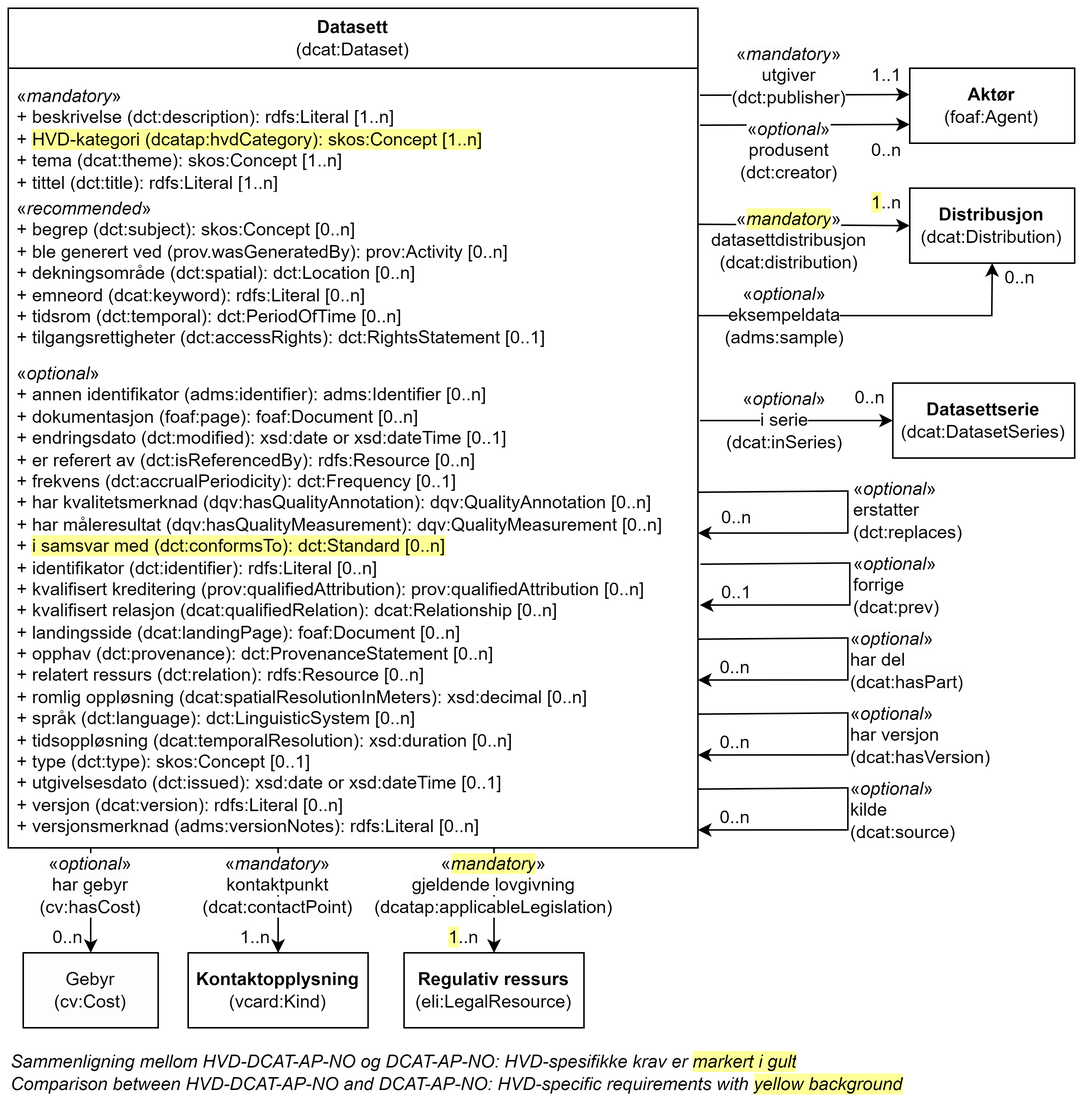
The draw.io diagram docs/images/Klassen-Datasett.png in Informasjonsforvaltning/hvd-dcat-ap-no, before a commit. Source tidied: cells renumbered, new cells last; positions are measured from the earlier drawing's top-left corner, leaving out a move shared by most shapes.
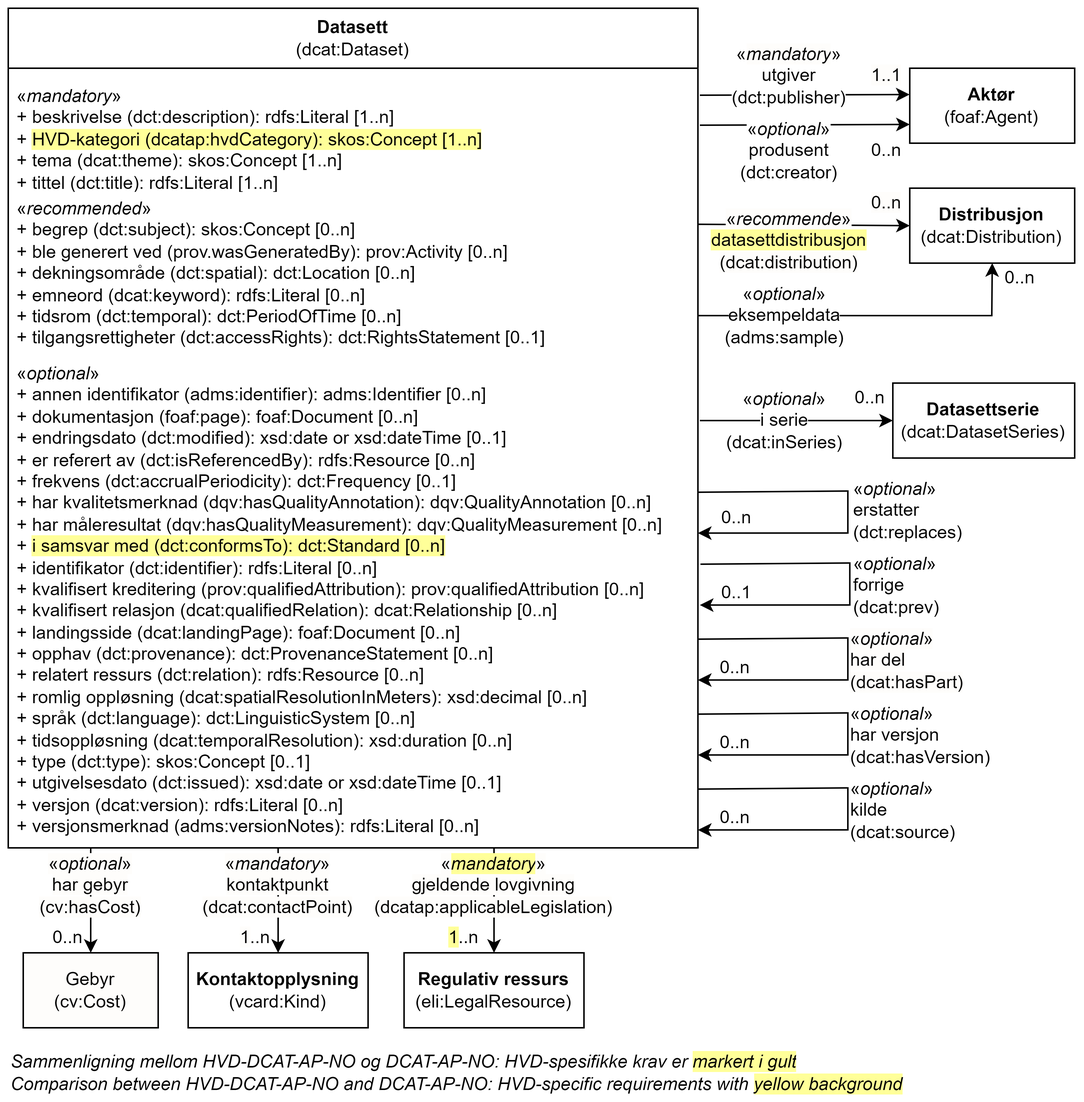
Later version of the same file.

The edit, as a diff of the source:
```diff
@@ -65,10 +65,10 @@
         <mxPoint x="460" y="144.1" as="sourcePoint" />
       </mxGeometry>
     </mxCell>
-    <mxCell id="21" value="&lt;span style=&quot;background-color: rgb(254, 253, 251);&quot;&gt;«&lt;/span&gt;&lt;i style=&quot;background-color: rgb(255, 255, 153);&quot;&gt;mandatory&lt;/i&gt;&lt;span style=&quot;background-color: rgb(254, 253, 251); text-align: left;&quot;&gt;»&lt;br&gt;&lt;/span&gt;&lt;span style=&quot;background-color: rgb(254, 253, 251);&quot;&gt;datasettdistribusjon&lt;br&gt;(dcat:distribution)&lt;/span&gt;" style="text;html=1;strokeColor=none;fillColor=none;align=center;verticalAlign=middle;whiteSpace=wrap;rounded=0;" parent="1" vertex="1">
+    <mxCell id="21" value="&lt;span style=&quot;background-color: rgb(254, 253, 251);&quot;&gt;«&lt;/span&gt;&lt;i style=&quot;background-color: rgb(254, 253, 251);&quot;&gt;recommende&lt;/i&gt;&lt;span style=&quot;background-color: rgb(254, 253, 251); text-align: left;&quot;&gt;»&lt;br&gt;&lt;/span&gt;&lt;span style=&quot;background-color: rgb(255, 255, 153);&quot;&gt;datasettdistribusjon&lt;/span&gt;&lt;br&gt;&lt;span style=&quot;background-color: rgb(254, 253, 251);&quot;&gt;(dcat:distribution)&lt;/span&gt;" style="text;html=1;strokeColor=none;fillColor=none;align=center;verticalAlign=middle;whiteSpace=wrap;rounded=0;" parent="1" vertex="1">
       <mxGeometry x="491.3" y="140" width="60" height="30" as="geometry" />
     </mxCell>
-    <mxCell id="22" value="&lt;span style=&quot;background-color: rgb(255, 255, 153);&quot;&gt;1&lt;/span&gt;&lt;span style=&quot;background-color: rgb(254, 253, 251);&quot;&gt;..n&lt;/span&gt;" style="text;html=1;strokeColor=none;fillColor=none;align=center;verticalAlign=middle;whiteSpace=wrap;rounded=0;" parent="1" vertex="1">
+    <mxCell id="22" value="&lt;span style=&quot;background-color: rgb(254, 253, 251);&quot;&gt;0..n&lt;/span&gt;" style="text;html=1;strokeColor=none;fillColor=none;align=center;verticalAlign=middle;whiteSpace=wrap;rounded=0;" parent="1" vertex="1">
       <mxGeometry x="571.3" y="120" width="30" height="20" as="geometry" />
     </mxCell>
     <mxCell id="23" style="endArrow=classic;html=1;rounded=0;entryX=0;entryY=0.5;entryDx=0;entryDy=0;" parent="1" edge="1" target="12">
```
